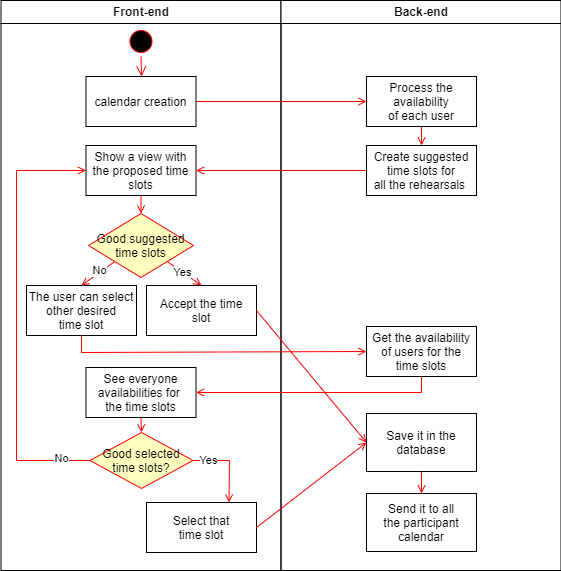
Above: requirements/calendarselection.drawio.png in delphvr/TFE (draw.io), before the change. Source tidied: cells renumbered, new cells last; positions are measured from the earlier drawing's top-left corner, leaving out a move shared by most shapes.
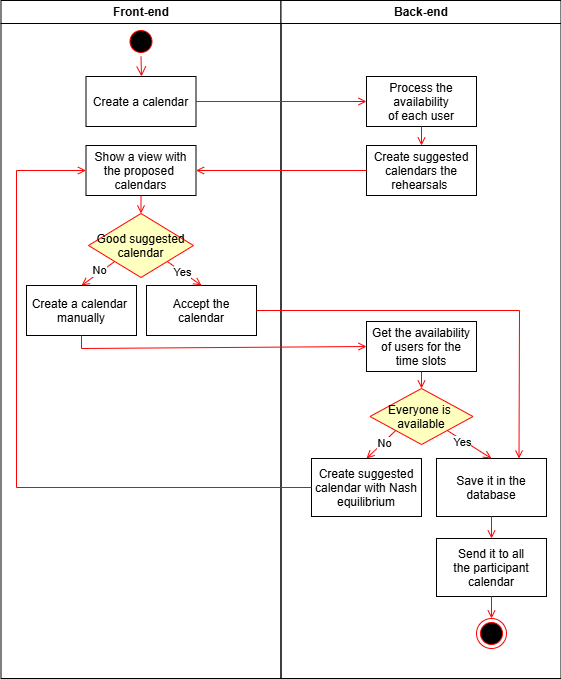
After the commit.

Commit message:
Correction activity diagram

Change to the diagram source:
```diff
@@ -3,15 +3,15 @@
     <mxCell id="0" />
     <mxCell id="1" parent="0" />
     <mxCell id="2" value="Front-end" style="swimlane;whiteSpace=wrap;" parent="1" vertex="1">
-      <mxGeometry x="0.5" width="280" height="570" as="geometry" />
+      <mxGeometry x="0.5" width="280" height="678" as="geometry" />
     </mxCell>
-    <mxCell id="3" value="Show a view with&#10;the proposed time &#10;slots" parent="2" vertex="1">
+    <mxCell id="3" value="Show a view with&#10;the proposed &#10;calendars" parent="2" vertex="1">
       <mxGeometry x="85" y="145" width="110" height="50" as="geometry" />
     </mxCell>
-    <mxCell id="4" value="The user can select&#10;other desired&#10;time slot" parent="2" vertex="1">
+    <mxCell id="4" value="Create a calendar &#10;manually" parent="2" vertex="1">
       <mxGeometry x="25.5" y="285" width="110" height="50" as="geometry" />
     </mxCell>
-    <mxCell id="5" value="Accept the time &#10;slot" parent="2" vertex="1">
+    <mxCell id="5" value="Accept the &#10;calendar" parent="2" vertex="1">
       <mxGeometry x="145.5" y="285" width="110" height="50" as="geometry" />
     </mxCell>
     <mxCell id="6" style="endArrow=open;strokeColor=#FF0000;endFill=1;rounded=0;exitX=0;exitY=1;exitDx=0;exitDy=0;entryX=0.5;entryY=0;entryDx=0;entryDy=0;" parent="2" edge="1" source="15" target="4">
@@ -26,53 +26,13 @@
     <mxCell id="9" value="Yes" style="edgeLabel;html=1;align=center;verticalAlign=middle;" parent="8" vertex="1">
       <mxGeometry x="-0.14" relative="1" as="geometry" />
     </mxCell>
-    <mxCell id="10" value="See everyone&#10;availabilities for &#10;the time slots" parent="2" vertex="1">
-      <mxGeometry x="85" y="367" width="110" height="50" as="geometry" />
-    </mxCell>
-    <mxCell id="11" value="Select that&#10;time slot" parent="2" vertex="1">
-      <mxGeometry x="145.5" y="502" width="110" height="50" as="geometry" />
-    </mxCell>
-    <mxCell id="12" style="endArrow=open;strokeColor=#FF0000;endFill=1;rounded=0;entryX=0;entryY=0.5;entryDx=0;entryDy=0;exitX=0;exitY=0.5;exitDx=0;exitDy=0;" parent="2" edge="1" source="17" target="3">
-      <mxGeometry relative="1" as="geometry">
-        <Array as="points">
-          <mxPoint x="15.5" y="460" />
-          <mxPoint x="15.5" y="366" />
-          <mxPoint x="15.5" y="170" />
-        </Array>
-      </mxGeometry>
-    </mxCell>
-    <mxCell id="13" value="&lt;div&gt;&lt;br&gt;&lt;/div&gt;&lt;div&gt;&lt;br&gt;&lt;/div&gt;" style="edgeLabel;html=1;align=center;verticalAlign=middle;" parent="12" vertex="1">
-      <mxGeometry x="-0.88" y="3" relative="1" as="geometry" />
-    </mxCell>
-    <mxCell id="14" value="No" style="edgeLabel;html=1;align=center;verticalAlign=middle;" parent="12" vertex="1">
-      <mxGeometry x="-0.86" y="-3" relative="1" as="geometry" />
-    </mxCell>
-    <mxCell id="15" value="Good suggested&#10;time slots" style="rhombus;fillColor=#ffffc0;strokeColor=#ff0000;" parent="2" vertex="1">
+    <mxCell id="15" value="Good suggested&#10;calendar" style="rhombus;fillColor=#ffffc0;strokeColor=#ff0000;" parent="2" vertex="1">
       <mxGeometry x="87.5" y="213" width="105" height="64" as="geometry" />
     </mxCell>
     <mxCell id="16" style="endArrow=open;strokeColor=#FF0000;endFill=1;rounded=0;exitX=0.5;exitY=1;exitDx=0;exitDy=0;entryX=0.5;entryY=0;entryDx=0;entryDy=0;" parent="2" edge="1" source="3" target="15">
       <mxGeometry relative="1" as="geometry" />
     </mxCell>
-    <mxCell id="17" value="Good selected&#10;time slots?" style="rhombus;fillColor=#ffffc0;strokeColor=#ff0000;" parent="2" vertex="1">
-      <mxGeometry x="89" y="432" width="103" height="56" as="geometry" />
-    </mxCell>
-    <mxCell id="18" style="endArrow=open;strokeColor=#FF0000;endFill=1;rounded=0;exitX=1;exitY=0.5;exitDx=0;exitDy=0;entryX=0.75;entryY=0;entryDx=0;entryDy=0;" parent="2" edge="1" source="17" target="11">
-      <mxGeometry relative="1" as="geometry">
-        <Array as="points">
-          <mxPoint x="228.5" y="460" />
-        </Array>
-      </mxGeometry>
-    </mxCell>
-    <mxCell id="19" value="No" style="edgeLabel;html=1;align=center;verticalAlign=middle;" parent="18" vertex="1">
-      <mxGeometry x="-0.64" y="1" relative="1" as="geometry" />
-    </mxCell>
-    <mxCell id="20" value="Yes" style="edgeLabel;html=1;align=center;verticalAlign=middle;" parent="18" vertex="1">
-      <mxGeometry x="-0.62" y="1" relative="1" as="geometry" />
-    </mxCell>
-    <mxCell id="21" style="endArrow=open;strokeColor=#FF0000;endFill=1;rounded=0;entryX=0.5;entryY=0;entryDx=0;entryDy=0;exitX=0.5;exitY=1;exitDx=0;exitDy=0;" parent="2" edge="1" source="10" target="17">
-      <mxGeometry relative="1" as="geometry" />
-    </mxCell>
-    <mxCell id="22" value="calendar creation" parent="2" vertex="1">
+    <mxCell id="22" value="Create a calendar" parent="2" vertex="1">
       <mxGeometry x="85" y="76" width="110" height="50" as="geometry" />
     </mxCell>
     <mxCell id="23" style="ellipse;shape=startState;fillColor=#000000;strokeColor=#ff0000;" parent="2" vertex="1">
@@ -82,41 +42,70 @@
       <mxGeometry x="100" y="40" as="geometry" />
     </mxCell>
     <mxCell id="25" value="Back-end" style="swimlane;whiteSpace=wrap;" parent="1" vertex="1">
-      <mxGeometry x="280.5" width="280" height="570" as="geometry" />
+      <mxGeometry x="280.5" width="280" height="678" as="geometry" />
     </mxCell>
     <mxCell id="26" value="Process the&#10;availability&#10;of each user" parent="25" vertex="1">
       <mxGeometry x="85.5" y="76" width="110" height="50" as="geometry" />
     </mxCell>
     <mxCell id="27" value="Get the availability&#10;of users for the&#10;time slots" parent="25" vertex="1">
-      <mxGeometry x="85.5" y="326" width="110" height="50" as="geometry" />
+      <mxGeometry x="85.5" y="321" width="110" height="50" as="geometry" />
     </mxCell>
     <mxCell id="28" value="Save it in the &#10;database" parent="25" vertex="1">
-      <mxGeometry x="85.5" y="413" width="110" height="58" as="geometry" />
+      <mxGeometry x="155.5" y="458" width="110" height="58" as="geometry" />
     </mxCell>
-    <mxCell id="29" value="Create suggested&#10;time slots for &#10;all the rehearsals " parent="25" vertex="1">
+    <mxCell id="29" value="Create suggested&#10;calendars the &#10;rehearsals " parent="25" vertex="1">
       <mxGeometry x="85.5" y="145" width="110" height="50" as="geometry" />
     </mxCell>
     <mxCell id="30" style="endArrow=open;strokeColor=#FF0000;endFill=1;rounded=0;exitX=0.5;exitY=1;exitDx=0;exitDy=0;entryX=0.5;entryY=0;entryDx=0;entryDy=0;" parent="25" edge="1" source="26" target="29">
       <mxGeometry relative="1" as="geometry" />
     </mxCell>
     <mxCell id="31" value="Send it to all&#10;the participant&#10;calendar" parent="25" vertex="1">
-      <mxGeometry x="85.5" y="493" width="110" height="58" as="geometry" />
+      <mxGeometry x="155.5" y="538" width="110" height="58" as="geometry" />
     </mxCell>
     <mxCell id="32" style="endArrow=open;strokeColor=#FF0000;endFill=1;rounded=0;entryX=0.5;entryY=0;entryDx=0;entryDy=0;exitX=0.5;exitY=1;exitDx=0;exitDy=0;" parent="25" edge="1" source="28" target="31">
       <mxGeometry relative="1" as="geometry" />
     </mxCell>
-    <mxCell id="33" style="endArrow=open;strokeColor=#FF0000;endFill=1;rounded=0;entryX=1;entryY=0.5;entryDx=0;entryDy=0;exitX=0.5;exitY=1;exitDx=0;exitDy=0;" parent="1" edge="1" source="27" target="10">
-      <mxGeometry relative="1" as="geometry">
-        <Array as="points">
-          <mxPoint x="421" y="392" />
-        </Array>
-      </mxGeometry>
-    </mxCell>
+    <mxCell id="39" style="endArrow=open;strokeColor=#FF0000;endFill=1;rounded=0;exitX=0.5;exitY=1;exitDx=0;exitDy=0;entryX=0.5;entryY=0;entryDx=0;entryDy=0;" parent="25" edge="1" source="27" target="40">
+      <mxGeometry relative="1" as="geometry" />
+    </mxCell>
+    <mxCell id="40" value="Everyone is &#10;available" style="rhombus;fillColor=#ffffc0;strokeColor=#ff0000;" parent="25" vertex="1">
+      <mxGeometry x="89" y="388" width="103" height="56" as="geometry" />
+    </mxCell>
+    <mxCell id="41" style="endArrow=open;strokeColor=#FF0000;endFill=1;rounded=0;entryX=0.5;entryY=0;entryDx=0;entryDy=0;exitX=1;exitY=1;exitDx=0;exitDy=0;" parent="25" edge="1" source="40" target="28">
+      <mxGeometry relative="1" as="geometry" />
+    </mxCell>
+    <mxCell id="20" value="Yes" style="edgeLabel;html=1;align=center;verticalAlign=middle;" parent="41" vertex="1">
+      <mxGeometry x="-0.26" y="-2" relative="1" as="geometry" />
+    </mxCell>
+    <mxCell id="42" value="Create suggested &#10;calendar with Nash &#10;equilibrium" parent="25" vertex="1">
+      <mxGeometry x="30.5" y="458" width="110" height="58" as="geometry" />
+    </mxCell>
+    <mxCell id="43" style="endArrow=open;strokeColor=#FF0000;endFill=1;rounded=0;entryX=0.5;entryY=0;entryDx=0;entryDy=0;exitX=0;exitY=1;exitDx=0;exitDy=0;" parent="25" edge="1" source="40" target="42">
+      <mxGeometry relative="1" as="geometry" />
+    </mxCell>
+    <mxCell id="44" value="No" style="edgeLabel;html=1;align=center;verticalAlign=middle;" parent="43" vertex="1">
+      <mxGeometry x="-0.15" y="1" relative="1" as="geometry" />
+    </mxCell>
+    <mxCell id="45" style="ellipse;html=1;shape=endState;fillColor=#000000;strokeColor=#ff0000;" parent="25" vertex="1">
+      <mxGeometry x="195.5" y="618" width="30" height="30" as="geometry" />
+    </mxCell>
+    <mxCell id="46" style="endArrow=open;strokeColor=#FF0000;endFill=1;rounded=0;entryX=0.5;entryY=0;entryDx=0;entryDy=0;exitX=0.5;exitY=1;exitDx=0;exitDy=0;" parent="25" edge="1" source="31" target="45">
+      <mxGeometry relative="1" as="geometry" />
+    </mxCell>
-    <mxCell id="34" style="endArrow=open;strokeColor=#FF0000;endFill=1;rounded=0;entryX=0;entryY=0.5;entryDx=0;entryDy=0;exitX=1;exitY=0.5;exitDx=0;exitDy=0;" parent="1" edge="1" source="11" target="28">
-      <mxGeometry relative="1" as="geometry" />
+    <mxCell id="34" style="endArrow=open;strokeColor=#FF0000;endFill=1;rounded=0;exitX=0;exitY=0.5;exitDx=0;exitDy=0;entryX=0;entryY=0.5;entryDx=0;entryDy=0;" parent="1" edge="1" source="42" target="3">
+      <mxGeometry relative="1" as="geometry">
+        <Array as="points">
+          <mxPoint x="16" y="487" />
+          <mxPoint x="16" y="170" />
+        </Array>
+      </mxGeometry>
     </mxCell>
-    <mxCell id="35" style="endArrow=open;strokeColor=#FF0000;endFill=1;rounded=0;entryX=0;entryY=0.5;entryDx=0;entryDy=0;exitX=1;exitY=0.5;exitDx=0;exitDy=0;" parent="1" edge="1" source="5" target="28">
-      <mxGeometry relative="1" as="geometry" />
+    <mxCell id="35" style="endArrow=open;strokeColor=#FF0000;endFill=1;rounded=0;entryX=0.75;entryY=0;entryDx=0;entryDy=0;exitX=1;exitY=0.5;exitDx=0;exitDy=0;" parent="1" edge="1" source="5" target="28">
+      <mxGeometry relative="1" as="geometry">
+        <Array as="points">
+          <mxPoint x="519" y="310" />
+        </Array>
+      </mxGeometry>
     </mxCell>
     <mxCell id="36" style="endArrow=open;strokeColor=#FF0000;endFill=1;rounded=0;entryX=0;entryY=0.5;entryDx=0;entryDy=0;exitX=1;exitY=0.5;exitDx=0;exitDy=0;" parent="1" edge="1" source="22" target="26">
       <mxGeometry relative="1" as="geometry" />
@@ -127,7 +116,7 @@
     <mxCell id="38" style="endArrow=open;strokeColor=#FF0000;endFill=1;rounded=0;entryX=0;entryY=0.5;entryDx=0;entryDy=0;exitX=0.5;exitY=1;exitDx=0;exitDy=0;" parent="1" edge="1" source="4" target="27">
       <mxGeometry relative="1" as="geometry">
         <Array as="points">
-          <mxPoint x="81" y="352" />
+          <mxPoint x="81" y="348" />
         </Array>
       </mxGeometry>
     </mxCell>
```
